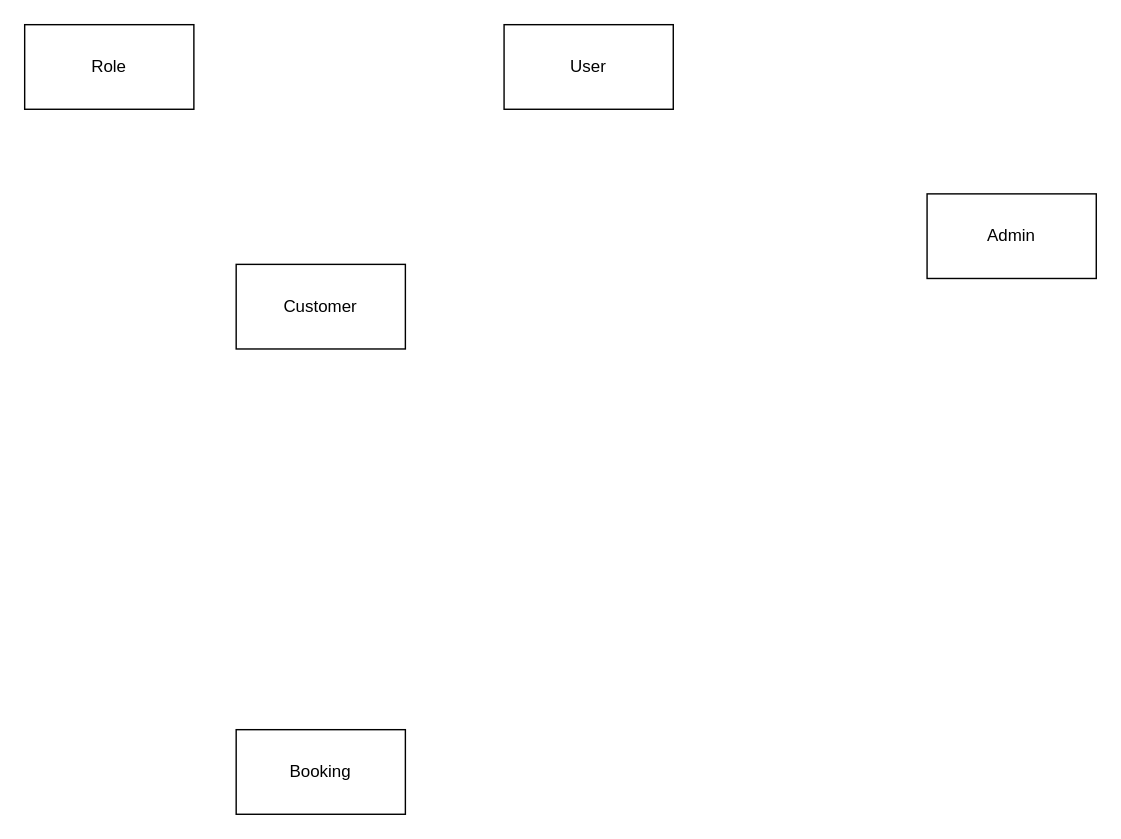
Before: ConceptDiagram.drawio in caoquy2000/DBI, a draw.io diagram. Source tidied: cells renumbered, new cells numbered last; positions are measured from the earlier drawing's top-left corner, leaving out a move shared by most shapes. Both pictures are drawn from the tidied source at 141%, with x=0, y=0 at pixel (24, 24).
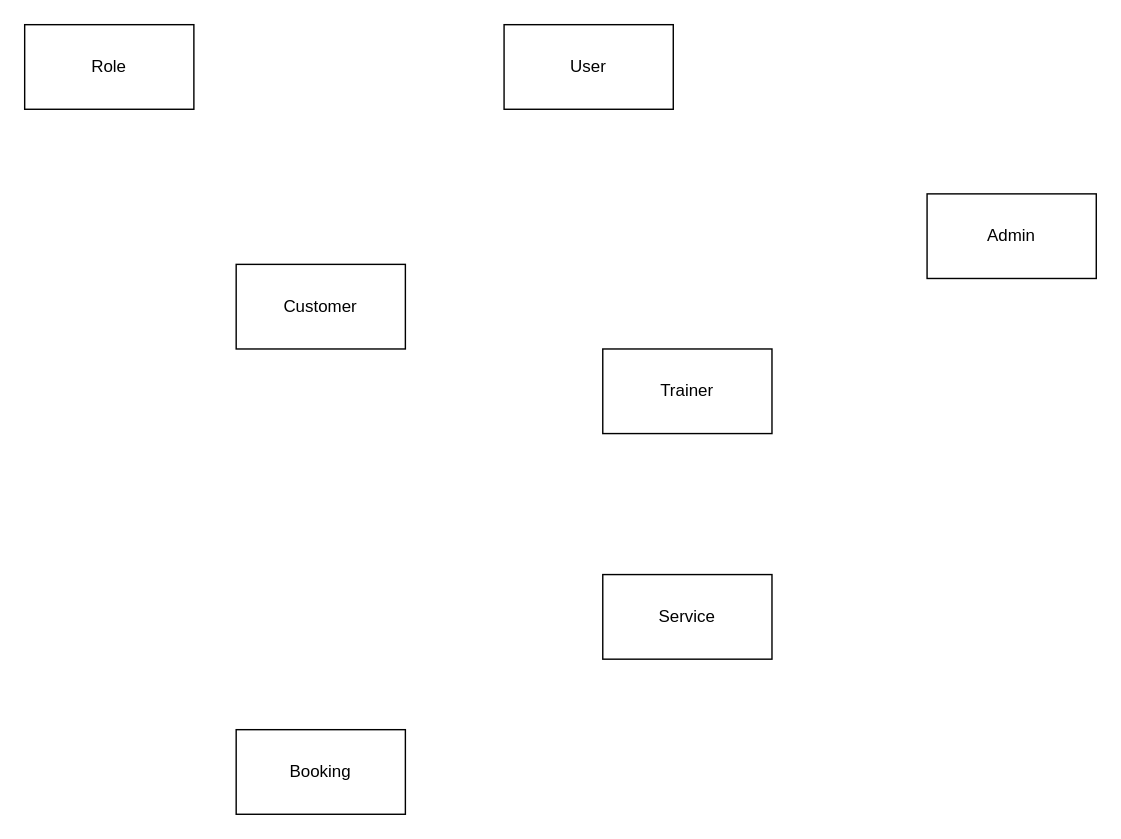
The same diagram, later.

Commit message (it also covers changes not shown here):
Cập nhật ConceptDiagram.drawio

Change to the diagram source:
```diff
@@
 <mxGraphModel>
   <root>
     <mxCell id="0" />
     <mxCell id="1" parent="0" />
     <mxCell id="2" value="Role" style="rounded=0;whiteSpace=wrap;html=1;" parent="1" vertex="1">
       <mxGeometry width="120" height="60" as="geometry" />
     </mxCell>
     <mxCell id="3" value="User" style="rounded=0;whiteSpace=wrap;html=1;" parent="1" vertex="1">
       <mxGeometry x="340" width="120" height="60" as="geometry" />
     </mxCell>
     <mxCell id="4" value="Admin" style="rounded=0;whiteSpace=wrap;html=1;" parent="1" vertex="1">
       <mxGeometry x="640" y="120" width="120" height="60" as="geometry" />
     </mxCell>
     <mxCell id="5" value="Customer" style="rounded=0;whiteSpace=wrap;html=1;" parent="1" vertex="1">
       <mxGeometry x="150" y="170" width="120" height="60" as="geometry" />
     </mxCell>
     <mxCell id="6" value="Booking" style="rounded=0;whiteSpace=wrap;html=1;" parent="1" vertex="1">
       <mxGeometry x="150" y="500" width="120" height="60" as="geometry" />
     </mxCell>
+    <mxCell id="7" value="Service" style="rounded=0;whiteSpace=wrap;html=1;" parent="1" vertex="1">
+      <mxGeometry x="410" y="390" width="120" height="60" as="geometry" />
+    </mxCell>
+    <mxCell id="8" value="Trainer" style="rounded=0;whiteSpace=wrap;html=1;" parent="1" vertex="1">
+      <mxGeometry x="410" y="230" width="120" height="60" as="geometry" />
+    </mxCell>
   </root>
 </mxGraphModel>
```
